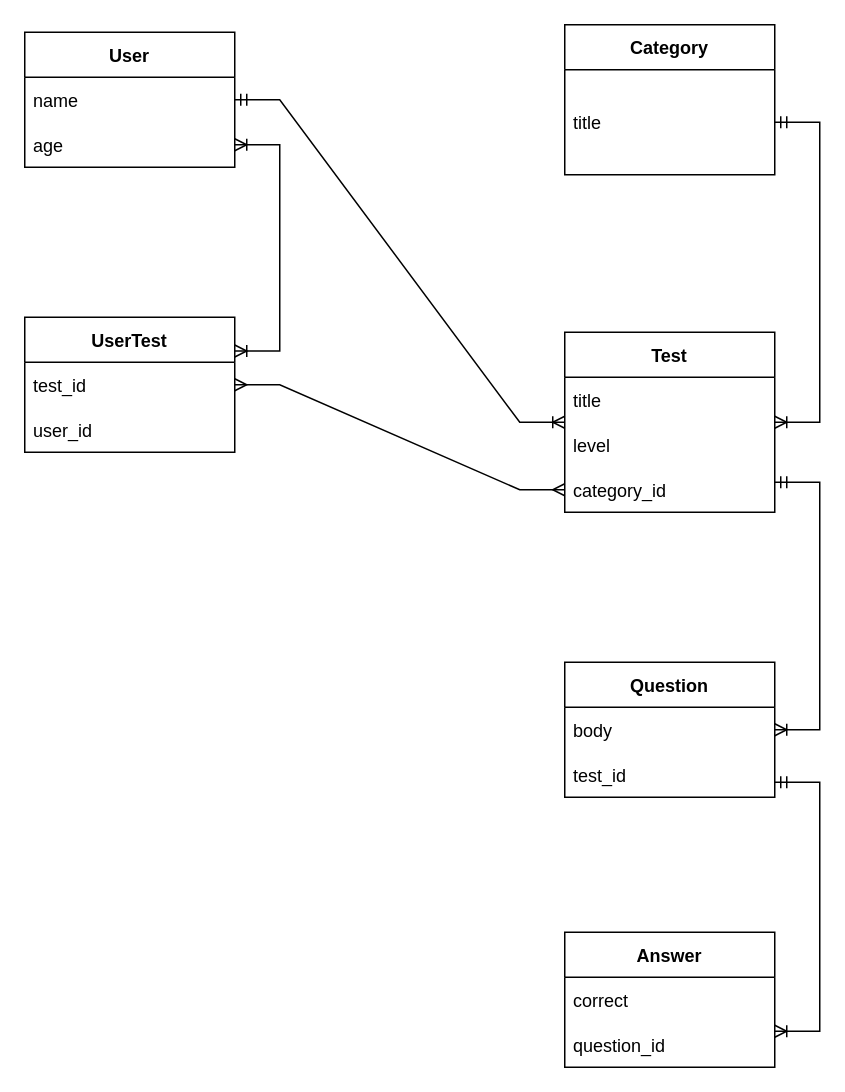
Earlier version of the draw.io diagram Untitled Diagram.drawio (bakutinamari/Test_Guru). Source tidied: cells renumbered, new cells numbered last; positions are measured from the earlier drawing's top-left corner, leaving out a move shared by most shapes. Both pictures are drawn from the tidied source at 150%, with x=0, y=0 at pixel (24, 24).
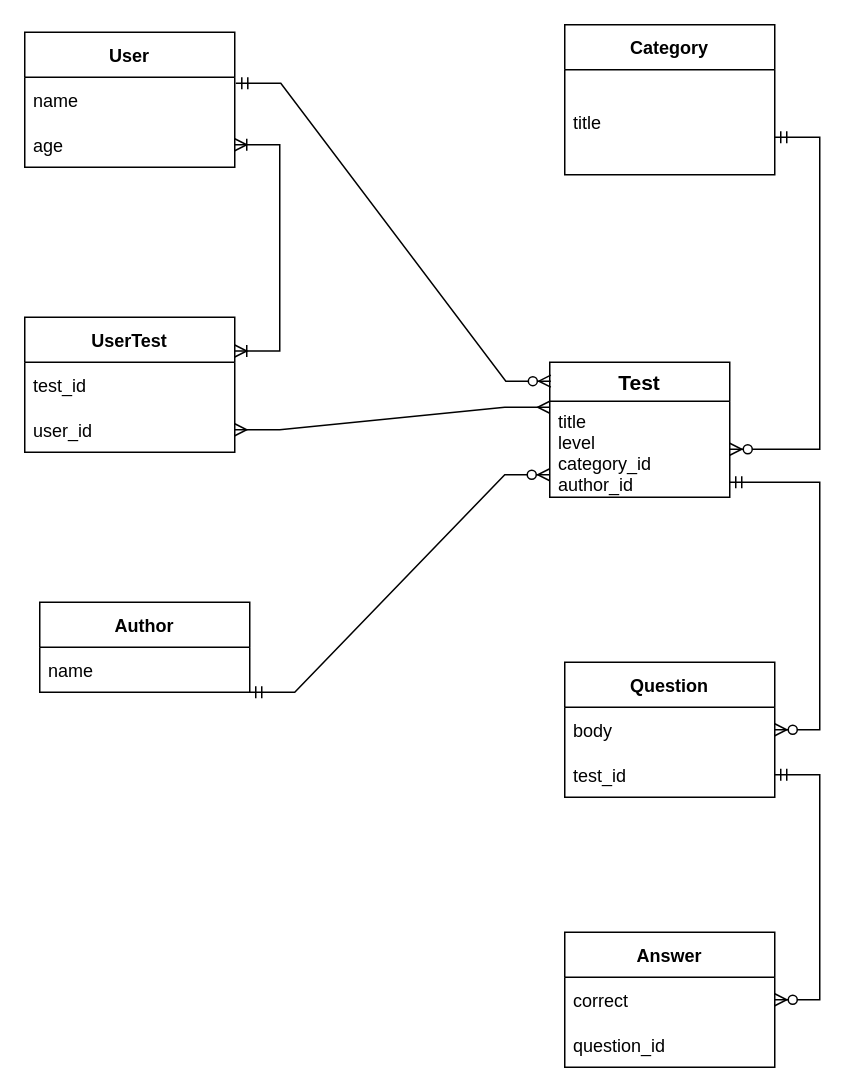
Above is the later version.

The change refers to these unchanged cells:
```xml
<mxCell id="3" value="name" style="text;strokeColor=none;fillColor=none;align=left;verticalAlign=middle;spacingLeft=4;spacingRight=4;overflow=hidden;points=[[0,0.5],[1,0.5]];portConstraint=eastwest;" parent="2" vertex="1">
  <mxGeometry y="30" width="140" height="30" as="geometry" />
</mxCell>
<mxCell id="12" value="body" style="text;strokeColor=none;fillColor=none;align=left;verticalAlign=middle;spacingLeft=4;spacingRight=4;overflow=hidden;points=[[0,0.5],[1,0.5]];portConstraint=eastwest;" parent="11" vertex="1">
  <mxGeometry y="30" width="140" height="30" as="geometry" />
</mxCell>
<mxCell id="13" value="test_id" style="text;strokeColor=none;fillColor=none;align=left;verticalAlign=middle;spacingLeft=4;spacingRight=4;overflow=hidden;points=[[0,0.5],[1,0.5]];portConstraint=eastwest;" parent="11" vertex="1">
  <mxGeometry y="60" width="140" height="30" as="geometry" />
</mxCell>
<mxCell id="15" value="correct" style="text;strokeColor=none;fillColor=none;align=left;verticalAlign=middle;spacingLeft=4;spacingRight=4;overflow=hidden;points=[[0,0.5],[1,0.5]];portConstraint=eastwest;" parent="14" vertex="1">
  <mxGeometry y="30" width="140" height="30" as="geometry" />
</mxCell>
<mxCell id="16" value="question_id" style="text;strokeColor=none;fillColor=none;align=left;verticalAlign=middle;spacingLeft=4;spacingRight=4;overflow=hidden;points=[[0,0.5],[1,0.5]];portConstraint=eastwest;" parent="14" vertex="1">
  <mxGeometry y="60" width="140" height="30" as="geometry" />
</mxCell>
<mxCell id="18" value="test_id" style="text;strokeColor=none;fillColor=none;align=left;verticalAlign=middle;spacingLeft=4;spacingRight=4;overflow=hidden;points=[[0,0.5],[1,0.5]];portConstraint=eastwest;" parent="17" vertex="1">
  <mxGeometry y="30" width="140" height="30" as="geometry" />
</mxCell>
<mxCell id="19" value="user_id" style="text;strokeColor=none;fillColor=none;align=left;verticalAlign=middle;spacingLeft=4;spacingRight=4;overflow=hidden;points=[[0,0.5],[1,0.5]];portConstraint=eastwest;" parent="17" vertex="1">
  <mxGeometry y="60" width="140" height="30" as="geometry" />
</mxCell>
```

What changed in the source:
```diff
@@
-    <mxCell id="7" value="Test" style="swimlane;fontStyle=1;horizontal=1;startSize=30;" parent="1" vertex="1">
-      <mxGeometry x="360" y="205" width="140" height="120" as="geometry" />
-    </mxCell>
-    <mxCell id="8" value="title" style="text;strokeColor=none;fillColor=none;align=left;verticalAlign=middle;spacingLeft=4;spacingRight=4;overflow=hidden;" parent="7" vertex="1">
-      <mxGeometry y="30" width="140" height="30" as="geometry" />
-    </mxCell>
-    <mxCell id="9" value="level" style="text;strokeColor=none;fillColor=none;align=left;verticalAlign=middle;spacingLeft=4;spacingRight=4;overflow=hidden;points=[[0,0.5],[1,0.5]];portConstraint=eastwest;" parent="7" vertex="1">
-      <mxGeometry y="60" width="140" height="30" as="geometry" />
-    </mxCell>
-    <mxCell id="10" value="category_id" style="text;strokeColor=none;fillColor=none;align=left;verticalAlign=middle;spacingLeft=4;spacingRight=4;overflow=hidden;points=[[0,0.5],[1,0.5]];portConstraint=eastwest;" parent="7" vertex="1">
-      <mxGeometry y="90" width="140" height="30" as="geometry" />
-    </mxCell>
@@
-    <mxCell id="20" style="edgeStyle=entityRelationEdgeStyle;fontSize=12;html=1;endArrow=ERoneToMany;startArrow=ERmandOne;rounded=0;" parent="1" edge="1" target="7">
-      <mxGeometry relative="1" as="geometry">
-        <mxPoint x="500" y="65" as="sourcePoint" />
-      </mxGeometry>
-    </mxCell>
-    <mxCell id="21" style="edgeStyle=entityRelationEdgeStyle;fontSize=12;html=1;endArrow=ERoneToMany;startArrow=ERmandOne;rounded=0;entryX=1;entryY=0.5;entryDx=0;entryDy=0;" parent="1" edge="1" target="12">
-      <mxGeometry relative="1" as="geometry">
-        <mxPoint x="500" y="305" as="sourcePoint" />
-      </mxGeometry>
-    </mxCell>
-    <mxCell id="22" style="edgeStyle=entityRelationEdgeStyle;fontSize=12;html=1;endArrow=ERoneToMany;startArrow=ERmandOne;rounded=0;entryX=1;entryY=0.2;entryDx=0;entryDy=0;entryPerimeter=0;" parent="1" edge="1" target="16">
-      <mxGeometry relative="1" as="geometry">
-        <mxPoint x="500" y="505" as="sourcePoint" />
-      </mxGeometry>
-    </mxCell>
-    <mxCell id="23" style="edgeStyle=entityRelationEdgeStyle;fontSize=12;html=1;endArrow=ERoneToMany;startArrow=ERmandOne;rounded=0;exitX=1;exitY=0.5;exitDx=0;exitDy=0;entryX=0;entryY=0;entryDx=0;entryDy=0;entryPerimeter=0;" parent="1" edge="1" source="3" target="9">
-      <mxGeometry relative="1" as="geometry" />
-    </mxCell>
@@
-    <mxCell id="25" style="edgeStyle=entityRelationEdgeStyle;fontSize=12;html=1;endArrow=ERmany;startArrow=ERmany;rounded=0;exitX=1;exitY=0.5;exitDx=0;exitDy=0;entryX=0;entryY=0.5;entryDx=0;entryDy=0;" parent="1" edge="1" source="18" target="10">
-      <mxGeometry relative="1" as="geometry" />
-    </mxCell>
+    <mxCell id="26" style="edgeStyle=entityRelationEdgeStyle;fontSize=12;html=1;endArrow=ERzeroToMany;startArrow=ERmandOne;rounded=0;entryX=1;entryY=0.5;entryDx=0;entryDy=0;exitX=1;exitY=0.5;exitDx=0;exitDy=0;" parent="1" edge="1" source="13" target="15">
+      <mxGeometry relative="1" as="geometry" />
+    </mxCell>
+    <mxCell id="7" value="Test" style="swimlane;fontStyle=1;horizontal=1;startSize=26;align=center;fontSize=14;" parent="1" vertex="1">
+      <mxGeometry x="350" y="225" width="120" height="90" as="geometry" />
+    </mxCell>
+    <mxCell id="27" value="title&#10;level&#10;category_id&#10;author_id" style="text;strokeColor=none;fillColor=none;spacingLeft=4;spacingRight=4;overflow=hidden;points=[[0,0.5],[1,0.5]];portConstraint=eastwest;fontSize=12;" parent="7" vertex="1">
+      <mxGeometry y="26" width="120" height="64" as="geometry" />
+    </mxCell>
+    <mxCell id="28" style="edgeStyle=entityRelationEdgeStyle;fontSize=12;html=1;endArrow=ERmany;startArrow=ERmany;rounded=0;exitX=1;exitY=0.5;exitDx=0;exitDy=0;" parent="1" edge="1" source="19">
+      <mxGeometry relative="1" as="geometry">
+        <mxPoint x="350" y="255" as="targetPoint" />
+      </mxGeometry>
+    </mxCell>
+    <mxCell id="29" style="edgeStyle=entityRelationEdgeStyle;fontSize=12;html=1;endArrow=ERzeroToMany;startArrow=ERmandOne;rounded=0;entryX=0;entryY=0.5;entryDx=0;entryDy=0;exitX=1;exitY=0.5;exitDx=0;exitDy=0;" parent="1" edge="1">
+      <mxGeometry relative="1" as="geometry">
+        <mxPoint x="150" y="445" as="sourcePoint" />
+        <mxPoint x="350" y="300" as="targetPoint" />
+      </mxGeometry>
+    </mxCell>
+    <mxCell id="30" style="edgeStyle=entityRelationEdgeStyle;fontSize=12;html=1;endArrow=ERzeroToMany;startArrow=ERmandOne;rounded=0;entryX=1;entryY=0.5;entryDx=0;entryDy=0;" parent="1" edge="1" target="27">
+      <mxGeometry relative="1" as="geometry">
+        <mxPoint x="500" y="75" as="sourcePoint" />
+      </mxGeometry>
+    </mxCell>
+    <mxCell id="31" style="edgeStyle=entityRelationEdgeStyle;fontSize=12;html=1;endArrow=ERzeroToMany;startArrow=ERmandOne;rounded=0;exitX=1;exitY=0.5;exitDx=0;exitDy=0;" parent="1" edge="1" target="12">
+      <mxGeometry relative="1" as="geometry">
+        <mxPoint x="470" y="305" as="sourcePoint" />
+      </mxGeometry>
+    </mxCell>
+    <mxCell id="32" style="edgeStyle=entityRelationEdgeStyle;fontSize=12;html=1;endArrow=ERzeroToMany;startArrow=ERmandOne;rounded=0;exitX=1.005;exitY=0.133;exitDx=0;exitDy=0;exitPerimeter=0;entryX=0.006;entryY=0.14;entryDx=0;entryDy=0;entryPerimeter=0;" parent="1" edge="1" source="3" target="7">
+      <mxGeometry relative="1" as="geometry" />
+    </mxCell>
+    <mxCell id="33" value="Author" style="swimlane;fontStyle=1;horizontal=1;startSize=30;" parent="1" vertex="1">
+      <mxGeometry x="10" y="385" width="140" height="60" as="geometry" />
+    </mxCell>
+    <mxCell id="34" value="name" style="text;strokeColor=none;fillColor=none;align=left;verticalAlign=middle;spacingLeft=4;spacingRight=4;overflow=hidden;" parent="33" vertex="1">
+      <mxGeometry y="30" width="140" height="30" as="geometry" />
+    </mxCell>
```
